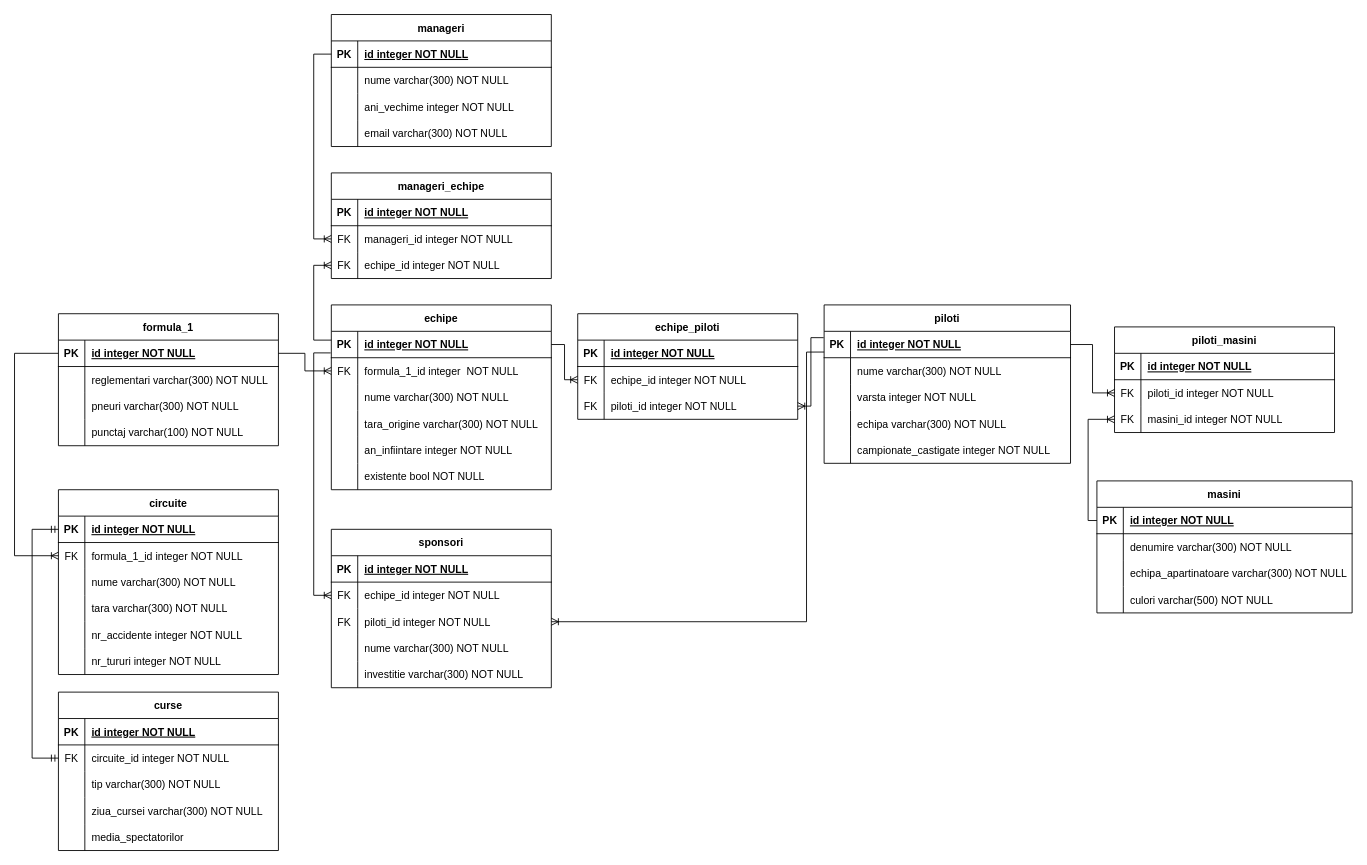
andreea-agrisan/examen_sem1_db keeps this draw.io diagram as Model Conceptual.drawio. Above is the earlier version. Source tidied: cells renumbered, new cells numbered last; positions are measured from the earlier drawing's top-left corner, leaving out a move shared by most shapes. Both pictures are drawn from the tidied source at 88%, with x=0, y=0 at pixel (14, 14).
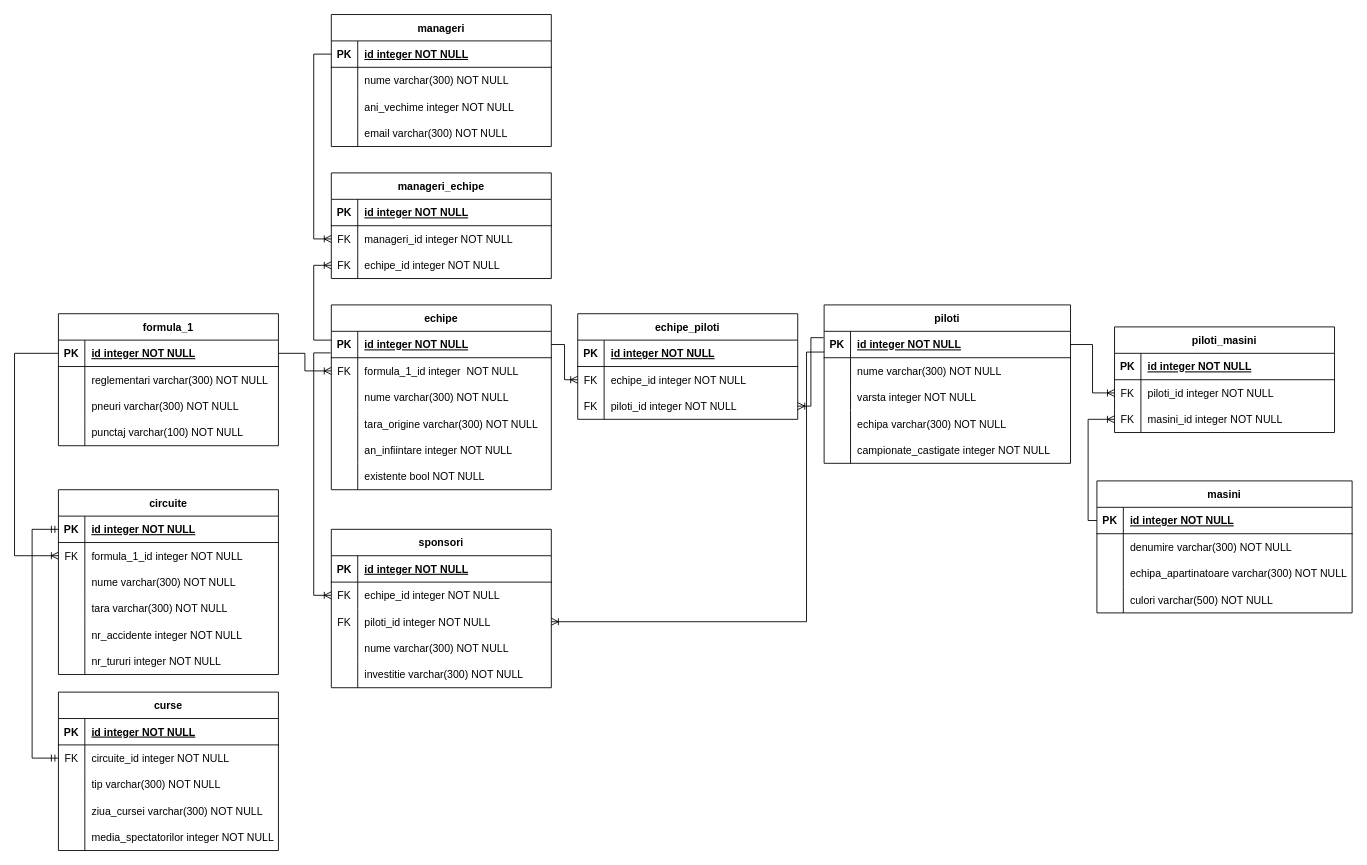
Above is the later version.

Unchanged cells that the change refers to:
```xml
<mxCell id="154" style="shape=partialRectangle;fillColor=none;top=0;left=0;right=0;bottom=0;" parent="141" vertex="1">
  <mxGeometry y="150" width="250" height="30" as="geometry" />
</mxCell>
```

Change to the diagram source:
```diff
@@
-    <mxCell id="156" value="media_spectatorilor" style="shape=partialRectangle;overflow=hidden;fillColor=none;top=0;left=0;bottom=0;right=0;align=left;spacingLeft=6;" parent="154" vertex="1">
+    <mxCell id="156" value="media_spectatorilor integer NOT NULL" style="shape=partialRectangle;overflow=hidden;fillColor=none;top=0;left=0;bottom=0;right=0;align=left;spacingLeft=6;" parent="154" vertex="1">
       <mxGeometry x="30" width="220" height="30" as="geometry" />
     </mxCell>
```
